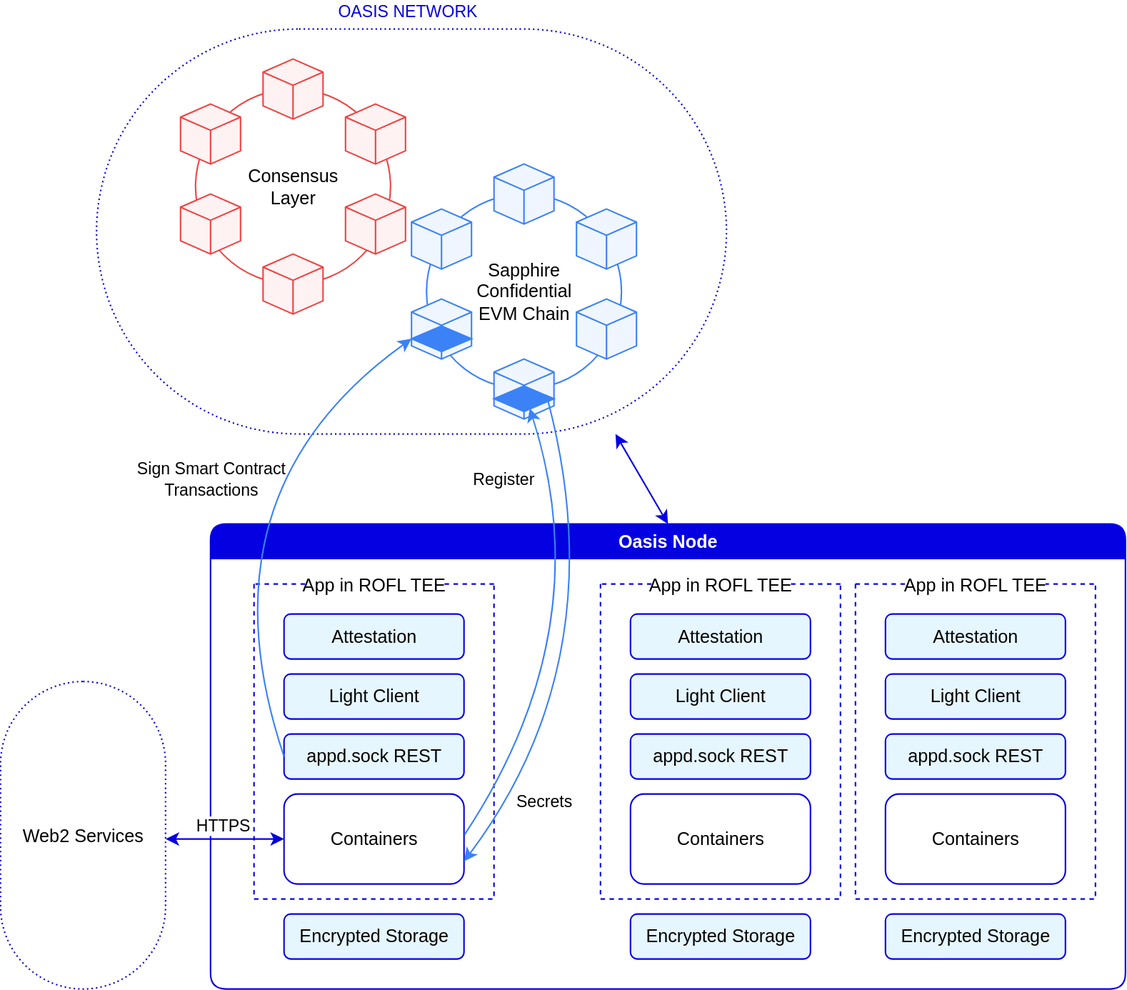
The draw.io diagram docs/rofl/images/rofl.svg in oasisprotocol/oasis-sdk, before a commit. Source tidied: cells renumbered, new cells last; positions are measured from the earlier drawing's top-left corner, leaving out a move shared by most shapes.
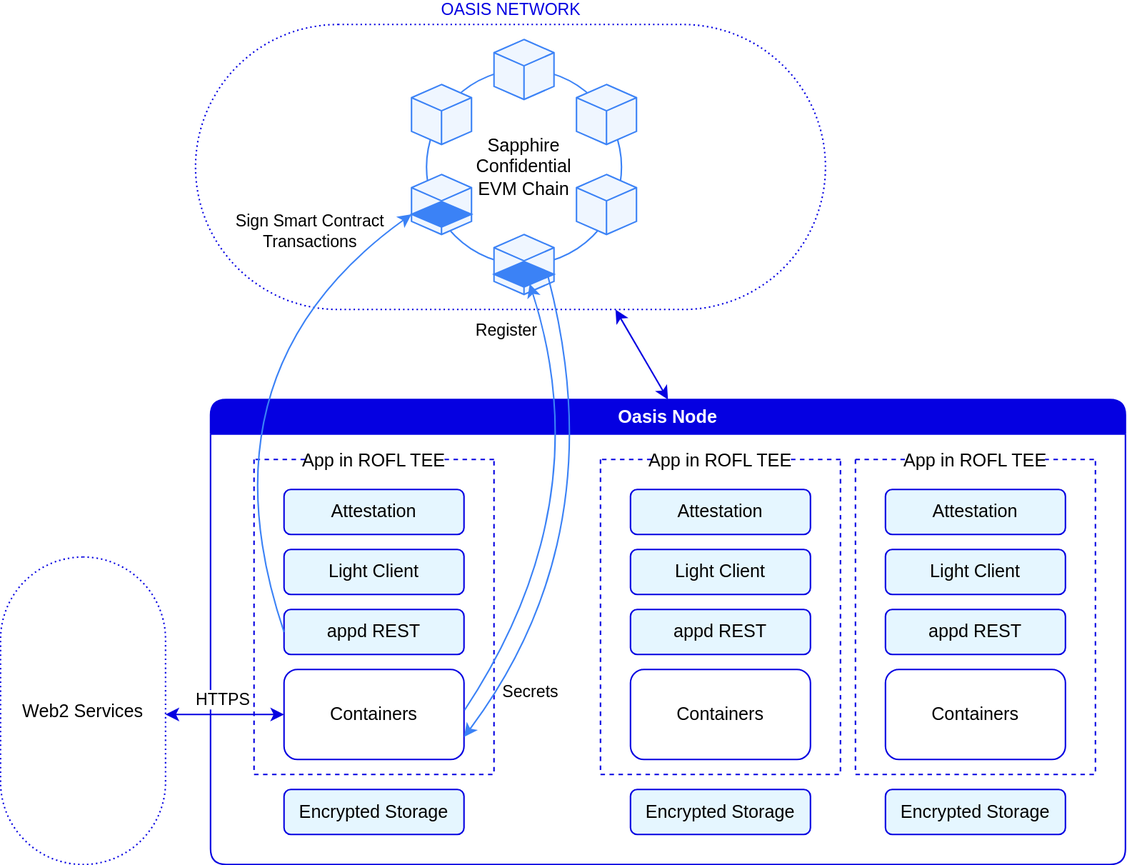
Later version of the same file.

Commit message:
docs: Update ROFL diagrams for appd

What changed in the source:
```diff
@@ -3,7 +3,7 @@
     <mxCell id="0" />
     <mxCell id="1" parent="0" />
     <mxCell id="2" style="rounded=1;whiteSpace=wrap;html=1;strokeColor=light-dark(#0500E1,#03FFFF);arcSize=50;fillColor=none;dashed=1;dashPattern=1 2;fontFamily=Tahoma, Verdana, Segoe, sans-serif;" parent="1" vertex="1">
-      <mxGeometry x="64" y="13" width="420" height="270" as="geometry" />
+      <mxGeometry x="130" y="93" width="420" height="190" as="geometry" />
     </mxCell>
     <mxCell id="3" value="&lt;div align=&quot;center&quot;&gt;&lt;font style=&quot;color: rgb(255, 255, 255);&quot;&gt;Oasis Node&lt;/font&gt;&lt;/div&gt;" style="swimlane;whiteSpace=wrap;html=1;hachureGap=4;fontFamily=Tahoma, Verdana, Segoe, sans-serif;align=center;swimlaneLine=1;strokeColor=light-dark(#0500E1,#03FFFF);startSize=23;fillColor=light-dark(#0500E1,#03FFFF);swimlaneFillColor=default;rounded=1;" parent="1" vertex="1">
       <mxGeometry x="140" y="343" width="610" height="310" as="geometry" />
@@ -20,7 +20,7 @@
     <mxCell id="7" value="&lt;font&gt;Light Client&lt;/font&gt;" style="rounded=1;whiteSpace=wrap;html=1;hachureGap=4;fontFamily=Tahoma, Verdana, Segoe, sans-serif;fillColor=#E5F6FF;strokeColor=light-dark(#0500E1,#03FFFF);" parent="4" vertex="1">
       <mxGeometry x="20" y="60" width="120" height="30" as="geometry" />
     </mxCell>
-    <mxCell id="8" value="&lt;font&gt;appd.sock REST&lt;/font&gt;" style="rounded=1;whiteSpace=wrap;html=1;hachureGap=4;fontFamily=Tahoma, Verdana, Segoe, sans-serif;fillColor=#E5F6FF;strokeColor=light-dark(#0500E1,#03FFFF);" parent="4" vertex="1">
+    <mxCell id="8" value="&lt;font&gt;appd REST&lt;/font&gt;" style="rounded=1;whiteSpace=wrap;html=1;hachureGap=4;fontFamily=Tahoma, Verdana, Segoe, sans-serif;fillColor=#E5F6FF;strokeColor=light-dark(#0500E1,#03FFFF);" parent="4" vertex="1">
       <mxGeometry x="20" y="100" width="120" height="30" as="geometry" />
     </mxCell>
     <mxCell id="9" value="&lt;font&gt;Encrypted Storage&lt;/font&gt;" style="rounded=1;whiteSpace=wrap;html=1;hachureGap=4;fontFamily=Tahoma, Verdana, Segoe, sans-serif;fillColor=#E5F6FF;strokeColor=light-dark(#0500E1,#03FFFF);" parent="3" vertex="1">
@@ -38,7 +38,7 @@
     <mxCell id="13" value="&lt;font&gt;Light Client&lt;/font&gt;" style="rounded=1;whiteSpace=wrap;html=1;hachureGap=4;fontFamily=Tahoma, Verdana, Segoe, sans-serif;fillColor=#E5F6FF;strokeColor=light-dark(#0500E1,#03FFFF);" parent="10" vertex="1">
       <mxGeometry x="20" y="60" width="120" height="30" as="geometry" />
     </mxCell>
-    <mxCell id="14" value="&lt;font&gt;appd.sock REST&lt;/font&gt;" style="rounded=1;whiteSpace=wrap;html=1;hachureGap=4;fontFamily=Tahoma, Verdana, Segoe, sans-serif;fillColor=#E5F6FF;strokeColor=light-dark(#0500E1,#03FFFF);" parent="10" vertex="1">
+    <mxCell id="14" value="&lt;font&gt;appd REST&lt;/font&gt;" style="rounded=1;whiteSpace=wrap;html=1;hachureGap=4;fontFamily=Tahoma, Verdana, Segoe, sans-serif;fillColor=#E5F6FF;strokeColor=light-dark(#0500E1,#03FFFF);" parent="10" vertex="1">
       <mxGeometry x="20" y="100" width="120" height="30" as="geometry" />
     </mxCell>
     <mxCell id="15" value="&lt;font&gt;Encrypted Storage&lt;/font&gt;" style="rounded=1;whiteSpace=wrap;html=1;hachureGap=4;fontFamily=Tahoma, Verdana, Segoe, sans-serif;fillColor=#E5F6FF;strokeColor=light-dark(#0500E1,#03FFFF);" parent="3" vertex="1">
@@ -56,14 +56,14 @@
     <mxCell id="19" value="&lt;font&gt;Light Client&lt;/font&gt;" style="rounded=1;whiteSpace=wrap;html=1;hachureGap=4;fontFamily=Tahoma, Verdana, Segoe, sans-serif;fillColor=#E5F6FF;strokeColor=light-dark(#0500E1,#03FFFF);" parent="16" vertex="1">
       <mxGeometry x="20" y="60" width="120" height="30" as="geometry" />
     </mxCell>
-    <mxCell id="20" value="&lt;font&gt;appd.sock REST&lt;/font&gt;" style="rounded=1;whiteSpace=wrap;html=1;hachureGap=4;fontFamily=Tahoma, Verdana, Segoe, sans-serif;fillColor=#E5F6FF;strokeColor=light-dark(#0500E1,#03FFFF);" parent="16" vertex="1">
+    <mxCell id="20" value="&lt;font&gt;appd REST&lt;/font&gt;" style="rounded=1;whiteSpace=wrap;html=1;hachureGap=4;fontFamily=Tahoma, Verdana, Segoe, sans-serif;fillColor=#E5F6FF;strokeColor=light-dark(#0500E1,#03FFFF);" parent="16" vertex="1">
       <mxGeometry x="20" y="100" width="120" height="30" as="geometry" />
     </mxCell>
     <mxCell id="21" value="&lt;font&gt;Encrypted Storage&lt;/font&gt;" style="rounded=1;whiteSpace=wrap;html=1;hachureGap=4;fontFamily=Tahoma, Verdana, Segoe, sans-serif;fillColor=#E5F6FF;strokeColor=light-dark(#0500E1,#03FFFF);" parent="3" vertex="1">
       <mxGeometry x="450" y="260" width="120" height="30" as="geometry" />
     </mxCell>
     <mxCell id="22" value="&lt;div&gt;&lt;font&gt;Secrets&lt;/font&gt;&lt;/div&gt;" style="text;html=1;align=center;verticalAlign=middle;strokeColor=none;fillColor=none;labelBackgroundColor=none;fontSize=11;fontFamily=Tahoma, Verdana, Segoe, sans-serif;" parent="3" vertex="1">
-      <mxGeometry x="192" y="170" width="60" height="30" as="geometry" />
+      <mxGeometry x="183" y="180" width="60" height="30" as="geometry" />
     </mxCell>
     <mxCell id="23" style="rounded=0;hachureGap=4;jettySize=auto;html=1;exitX=0.5;exitY=0;exitDx=0;exitDy=0;fontFamily=Tahoma, Verdana, Segoe, sans-serif;startArrow=classic;startFill=1;strokeColor=light-dark(#0500E1,#03FFFF);" parent="1" edge="1" source="3">
       <mxGeometry relative="1" as="geometry">
@@ -89,33 +89,9 @@
     </mxCell>
     <mxCell id="27" value="&lt;div&gt;&lt;font&gt;Sign Smart Contract &lt;br&gt;Transactions&lt;/font&gt;&lt;/div&gt;" style="edgeLabel;html=1;align=center;verticalAlign=middle;labelBackgroundColor=none;fontFamily=Tahoma, Verdana, Segoe, sans-serif;" parent="26" vertex="1">
       <mxGeometry x="0.17" y="1" relative="1" as="geometry">
-        <mxPoint x="-11" y="6" as="offset" />
+        <mxPoint x="55" y="-76" as="offset" />
       </mxGeometry>
     </mxCell>
-    <mxCell id="28" style="group;fontFamily=Tahoma, Verdana, Segoe, sans-serif;" parent="1" vertex="1">
-      <mxGeometry x="120" y="33" width="150" height="170" as="geometry" />
-    </mxCell>
-    <mxCell id="29" value="&lt;div&gt;&lt;font&gt;Consensus&lt;/font&gt;&lt;/div&gt;&lt;div&gt;&lt;font&gt;Layer&lt;/font&gt;&lt;/div&gt;" style="ellipse;whiteSpace=wrap;html=1;strokeColor=#EF4444;fontFamily=Tahoma, Verdana, Segoe, sans-serif;fillColor=none;" parent="28" vertex="1">
-      <mxGeometry x="10" y="20" width="130" height="130" as="geometry" />
-    </mxCell>
-    <mxCell id="30" style="html=1;whiteSpace=wrap;shape=isoCube2;backgroundOutline=1;isoAngle=13.75;fillColor=#FEF2F2;strokeColor=#EF4444;shadow=0;fontColor=#000000;fontFamily=Tahoma, Verdana, Segoe, sans-serif;" parent="28" vertex="1">
-      <mxGeometry x="55" width="40" height="40" as="geometry" />
-    </mxCell>
-    <mxCell id="31" style="html=1;whiteSpace=wrap;shape=isoCube2;backgroundOutline=1;isoAngle=13.75;fillColor=#FEF2F2;strokeColor=#EF4444;shadow=0;fontColor=#000000;fontFamily=Tahoma, Verdana, Segoe, sans-serif;" parent="28" vertex="1">
-      <mxGeometry x="110" y="30" width="40" height="40" as="geometry" />
-    </mxCell>
-    <mxCell id="32" style="html=1;whiteSpace=wrap;shape=isoCube2;backgroundOutline=1;isoAngle=13.75;fillColor=#FEF2F2;strokeColor=#EF4444;shadow=0;fontColor=#000000;fontFamily=Tahoma, Verdana, Segoe, sans-serif;" parent="28" vertex="1">
-      <mxGeometry y="30" width="40" height="40" as="geometry" />
-    </mxCell>
-    <mxCell id="33" style="html=1;whiteSpace=wrap;shape=isoCube2;backgroundOutline=1;isoAngle=13.75;fillColor=#FEF2F2;strokeColor=#EF4444;shadow=0;fontColor=#000000;fontFamily=Tahoma, Verdana, Segoe, sans-serif;" parent="28" vertex="1">
-      <mxGeometry y="90" width="40" height="40" as="geometry" />
-    </mxCell>
-    <mxCell id="34" style="html=1;whiteSpace=wrap;shape=isoCube2;backgroundOutline=1;isoAngle=13.75;fillColor=#FEF2F2;strokeColor=#EF4444;shadow=0;fontColor=#000000;fontFamily=Tahoma, Verdana, Segoe, sans-serif;" parent="28" vertex="1">
-      <mxGeometry x="110" y="90" width="40" height="40" as="geometry" />
-    </mxCell>
-    <mxCell id="35" style="html=1;whiteSpace=wrap;shape=isoCube2;backgroundOutline=1;isoAngle=13.75;fillColor=#FEF2F2;strokeColor=#EF4444;shadow=0;fontColor=#000000;fontFamily=Tahoma, Verdana, Segoe, sans-serif;" parent="28" vertex="1">
-      <mxGeometry x="55" y="130" width="40" height="40" as="geometry" />
-    </mxCell>
     <mxCell id="36" style="group;fontFamily=Tahoma, Verdana, Segoe, sans-serif;" parent="1" vertex="1">
       <mxGeometry x="274" y="103" width="151" height="170" as="geometry" />
     </mxCell>
@@ -147,7 +123,7 @@
       <mxGeometry x="55" y="148" width="40" height="17" as="geometry" />
     </mxCell>
     <mxCell id="46" value="&lt;div&gt;&lt;font style=&quot;color: light-dark(rgb(5, 0, 225), rgb(3, 255, 255));&quot;&gt;OASIS NETWORK&lt;/font&gt;&lt;/div&gt;" style="edgeLabel;html=1;align=center;verticalAlign=middle;labelBackgroundColor=none;fontFamily=Tahoma, Verdana, Segoe, sans-serif;" parent="1" vertex="1">
-      <mxGeometry x="270" as="geometry" />
+      <mxGeometry x="340" y="83" as="geometry" />
     </mxCell>
     <mxCell id="47" value="&lt;font&gt;Web2 Services&lt;/font&gt;" style="rounded=1;whiteSpace=wrap;html=1;arcSize=50;strokeColor=light-dark(#0500E1,#03FFFF);fillColor=none;dashed=1;dashPattern=1 2;fontFamily=Tahoma, Verdana, Segoe, sans-serif;" parent="1" vertex="1">
       <mxGeometry y="448" width="110" height="205" as="geometry" />
@@ -161,7 +137,7 @@
     </mxCell>
     <mxCell id="49" value="&lt;font&gt;Register&lt;/font&gt;" style="edgeLabel;html=1;align=center;verticalAlign=middle;labelBackgroundColor=none;fontFamily=Tahoma, Verdana, Segoe, sans-serif;" parent="48" vertex="1">
       <mxGeometry x="-0.04" y="3" relative="1" as="geometry">
-        <mxPoint x="-56" y="-109" as="offset" />
+        <mxPoint x="-54" y="-125" as="offset" />
       </mxGeometry>
     </mxCell>
     <mxCell id="50" style="endArrow=classic;html=1;rounded=0;exitX=0.902;exitY=0.598;exitDx=0;exitDy=0;exitPerimeter=0;curved=1;entryX=1;entryY=0.75;entryDx=0;entryDy=0;strokeColor=#3B82F6;fontFamily=Tahoma, Verdana, Segoe, sans-serif;" parent="1" edge="1" source="45" target="5">
```
